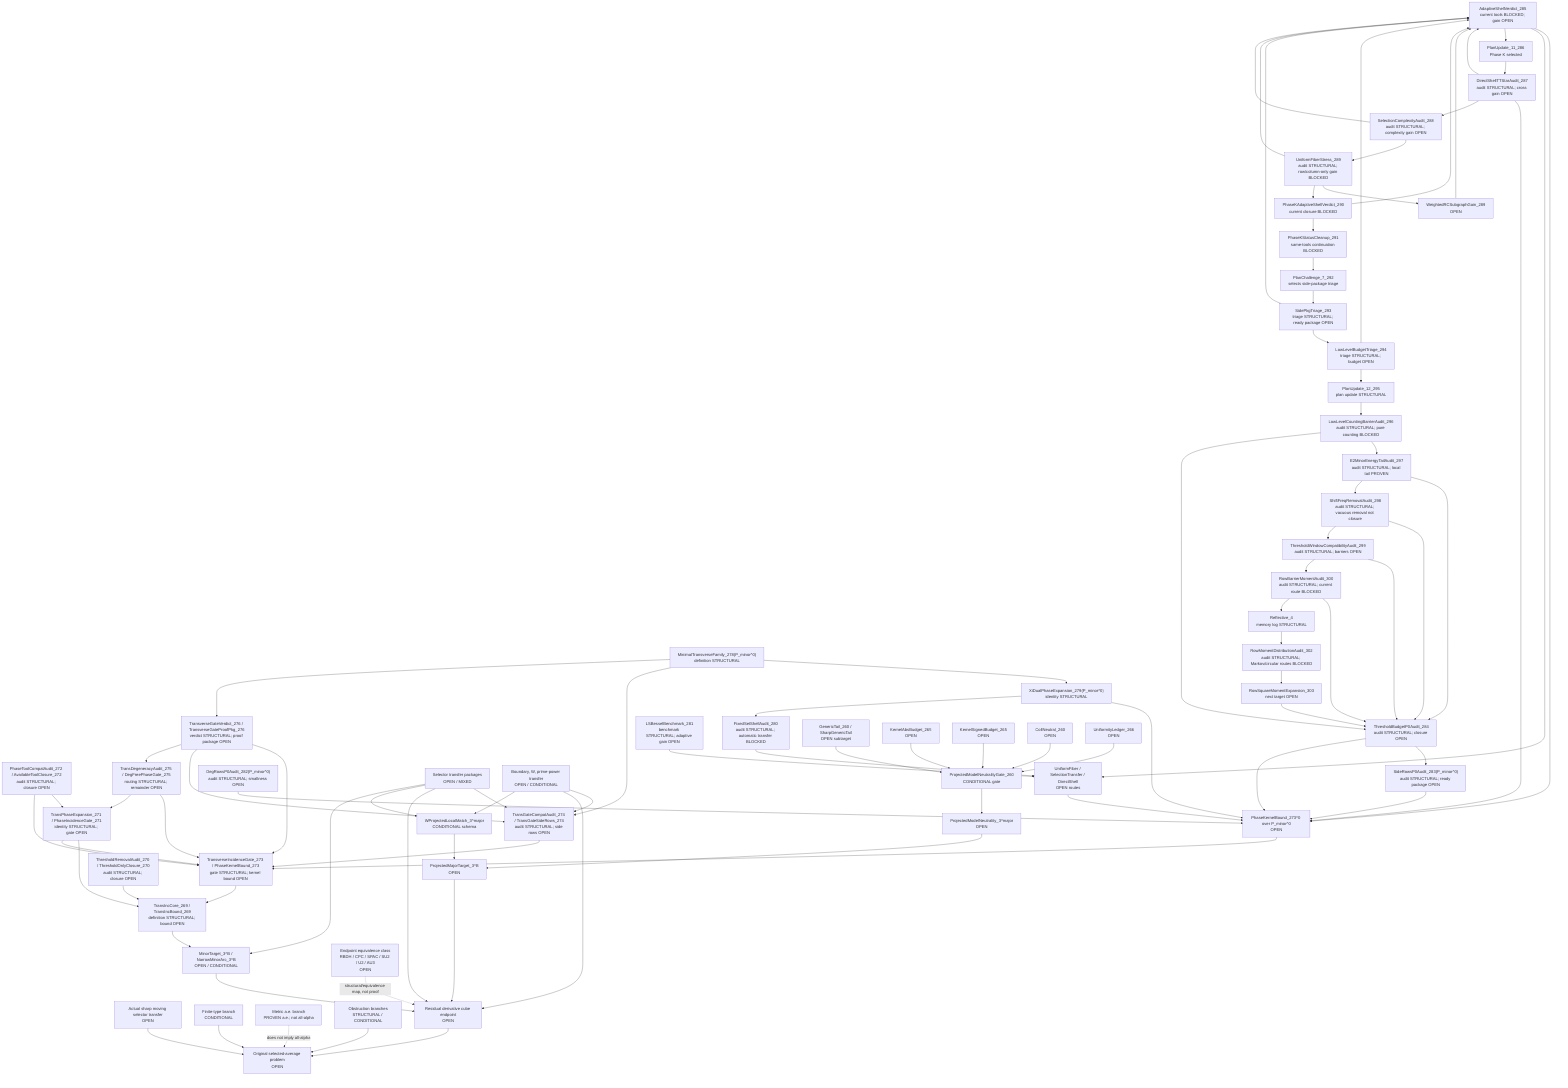
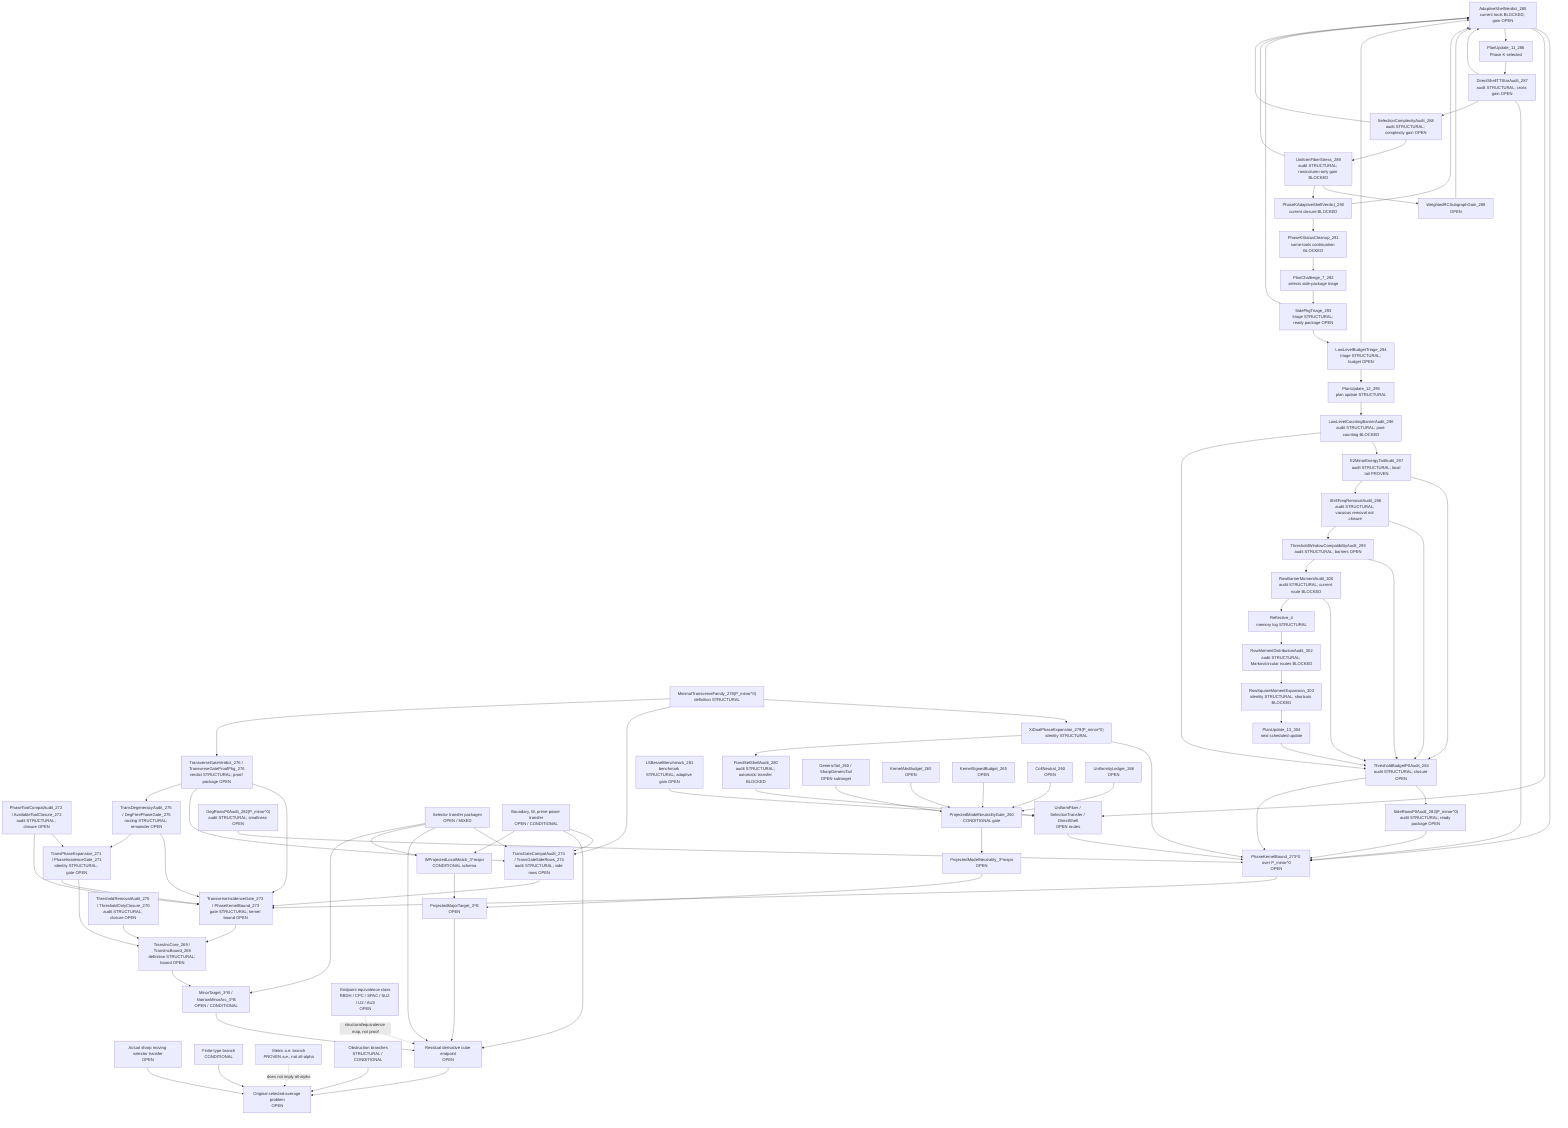
flowchart TD
  Original["Original selected-average problem<br/>OPEN"]
  SharpSel["Actual sharp moving selector transfer<br/>OPEN"]
  FiniteType["Finite-type branch<br/>CONDITIONAL"]
  Metric["Metric a.e. branch<br/>PROVEN a.e.; not all-alpha"]
  Obstruction["Obstruction branches<br/>STRUCTURAL / CONDITIONAL"]

  ResCube["Residual derivative cube endpoint<br/>OPEN"]
  MajorTarget["ProjectedMajorTarget_3^B<br/>OPEN"]
  MinorTarget["MinorTarget_3^B / NarrowMinorArc_3^B<br/>OPEN / CONDITIONAL"]
  TransInc["TransIncCore_269 / TransIncBound_269<br/>definition STRUCTURAL; bound OPEN"]
  ThresholdAudit["ThresholdRemovalAudit_270 / ThresholdOnlyClosure_270<br/>audit STRUCTURAL; closure OPEN"]
  PhaseExpansion["TransPhaseExpansion_271 / PhaseIncidenceGate_271<br/>identity STRUCTURAL; gate OPEN"]
  ToolCompat["PhaseToolCompatAudit_272 / AvailableToolClosure_272<br/>audit STRUCTURAL; closure OPEN"]
  TransGate["TransverseIncidenceGate_273 / PhaseKernelBound_273<br/>gate STRUCTURAL; kernel bound OPEN"]
  TransGateCompat["TransGateCompatAudit_274 / TransGateSideRows_274<br/>audit STRUCTURAL; side rows OPEN"]
  DegAudit["TransDegeneracyAudit_275 / DegFreePhaseGate_275<br/>routing STRUCTURAL; remainder OPEN"]
  TransVerdict["TransverseGateVerdict_276 / TransverseGateProofPkg_276<br/>verdict STRUCTURAL; proof package OPEN"]
  MinTransFamily["MinimalTransverseFamily_278(P_minor^0)<br/>definition STRUCTURAL"]
  XiExpansion["XiDualPhaseExpansion_279(P_minor^0)<br/>identity STRUCTURAL"]
  FixedShellAudit["FixedSetShellAudit_280<br/>audit STRUCTURAL; automatic transfer BLOCKED"]
  FixedShellTransfer["UniformFiber / SelectionTransfer / DirectShell<br/>OPEN routes"]
  LSBesselBench["LSBesselBenchmark_281<br/>benchmark STRUCTURAL; adaptive gain OPEN"]
  DegRowsP0["DegRowsP0Audit_282(P_minor^0)<br/>audit STRUCTURAL; smallness OPEN"]
  SideRowsP0["SideRowsP0Audit_283(P_minor^0)<br/>audit STRUCTURAL; ready package OPEN"]
  ThresholdP0["ThresholdBudgetP0Audit_284<br/>audit STRUCTURAL; closure OPEN"]
  AdaptiveShellP0["AdaptiveShellVerdict_285<br/>current tools BLOCKED; gain OPEN"]
  PlanUpdate11["PlanUpdate_11_286<br/>Phase K selected"]
  DirectTTStar["DirectShellTTStarAudit_287<br/>audit STRUCTURAL; cross gain OPEN"]
  SelectionComplexity["SelectionComplexityAudit_288<br/>audit STRUCTURAL; complexity gain OPEN"]
  UniformFiberStress["UniformFiberStress_289<br/>audit STRUCTURAL; row/column-only gain BLOCKED"]
  WeightedRCSubgraph["WeightedRCSubgraphGain_289<br/>OPEN"]
  AdaptiveVerdict290["PhaseKAdaptiveShellVerdict_290<br/>current closure BLOCKED"]
  PhaseKCleanup291["PhaseKStatusCleanup_291<br/>same-tools continuation BLOCKED"]
  PlanChallenge7["PlanChallenge_7_292<br/>selects side-package triage"]
  SidePkgTriage293["SidePkgTriage_293<br/>triage STRUCTURAL; ready package OPEN"]
  LowLevelTriage294["LowLevelBudgetTriage_294<br/>triage STRUCTURAL; budget OPEN"]
  PlanUpdate12["PlanUpdate_12_295<br/>plan update STRUCTURAL"]
  LowLevelBarrier296["LowLevelCountingBarrierAudit_296<br/>audit STRUCTURAL; pure counting BLOCKED"]
  E2Tail297["E2MinorEnergyTailAudit_297<br/>audit STRUCTURAL; local tail PROVEN"]
  ShiftFreq298["ShiftFreqRemovalAudit_298<br/>audit STRUCTURAL; vacuous removal not closure"]
  ThresholdWindow299["ThresholdWindowCompatibilityAudit_299<br/>audit STRUCTURAL; barriers OPEN"]
  RowBarrier300["RowBarrierMomentAudit_300<br/>audit STRUCTURAL; current route BLOCKED"]
  Reflective4["Reflective_4<br/>memory log STRUCTURAL"]
  RowMoment302["RowMomentDistributionAudit_302<br/>audit STRUCTURAL; Markov/circular routes BLOCKED"]
-   RowSquare303["RowSquareMomentExpansion_303<br/>next target OPEN"]
+   RowSquare303["RowSquareMomentExpansion_303<br/>identity STRUCTURAL; shortcuts BLOCKED"]
+   PlanUpdate13["PlanUpdate_13_304<br/>next scheduled update"]
  PhaseKernel0["PhaseKernelBound_273^0 over P_minor^0<br/>OPEN"]
  SelectorTransfer["Selector transfer packages<br/>OPEN / MIXED"]
  BoundaryTransfer["Boundary, W, prime-power transfer<br/>OPEN / CONDITIONAL"]

  WLocal["WProjectedLocalMatch_3^major<br/>CONDITIONAL schema"]
  ModelNeutral["ProjectedModelNeutrality_3^major<br/>OPEN"]
  PMNGate["ProjectedModelNeutralityGate_260<br/>CONDITIONAL gate"]
  GenericTail["GenericTail_260 / SharpGenericTail<br/>OPEN subtarget"]
  KernelAbs["KernelAbsBudget_265<br/>OPEN"]
  KernelSigned["KernelSignedBudget_265<br/>OPEN"]
  CollNeutral["CollNeutral_260<br/>OPEN"]
  Uniformity["UniformityLedger_266<br/>OPEN"]

  EndpointClass["Endpoint equivalence class<br/>RBDH / CPC / SPAC / SU2 / U2 / AU3<br/>OPEN"]

  SharpSel --> Original
  FiniteType --> Original
  Obstruction --> Original
  ResCube --> Original
  Metric -. "does not imply all-alpha" .-> Original

  MajorTarget --> ResCube
  MinorTarget --> ResCube
  TransInc --> MinorTarget
  ThresholdAudit --> TransInc
  PhaseExpansion --> TransInc
  ToolCompat --> PhaseExpansion
  TransGate --> TransInc
  PhaseExpansion --> TransGate
  ToolCompat --> TransGate
  TransGateCompat --> TransGate
  SelectorTransfer --> TransGateCompat
  BoundaryTransfer --> TransGateCompat
  DegAudit --> TransGate
  DegAudit --> PhaseExpansion
  TransVerdict --> TransGate
  TransVerdict --> TransGateCompat
  TransVerdict --> DegAudit
  PhaseKernel0 --> TransGate
  MinTransFamily --> XiExpansion
  XiExpansion --> PhaseKernel0
  XiExpansion --> FixedShellAudit
  FixedShellAudit --> FixedShellTransfer
  FixedShellTransfer --> PhaseKernel0
  LSBesselBench --> FixedShellTransfer
  DegRowsP0 --> PhaseKernel0
  SideRowsP0 --> PhaseKernel0
  ThresholdP0 --> SideRowsP0
  ThresholdP0 --> PhaseKernel0
  AdaptiveShellP0 --> PhaseKernel0
  AdaptiveShellP0 --> FixedShellTransfer
  AdaptiveShellP0 --> PlanUpdate11
  PlanUpdate11 --> DirectTTStar
  DirectTTStar --> AdaptiveShellP0
  DirectTTStar --> PhaseKernel0
  DirectTTStar --> SelectionComplexity
  SelectionComplexity --> UniformFiberStress
  SelectionComplexity --> AdaptiveShellP0
  UniformFiberStress --> WeightedRCSubgraph
  WeightedRCSubgraph --> AdaptiveShellP0
  UniformFiberStress --> AdaptiveVerdict290
  UniformFiberStress --> AdaptiveShellP0
  AdaptiveVerdict290 --> AdaptiveShellP0
  AdaptiveVerdict290 --> PhaseKCleanup291
  PhaseKCleanup291 --> PlanChallenge7
  PlanChallenge7 --> SidePkgTriage293
  SidePkgTriage293 --> LowLevelTriage294
  SidePkgTriage293 --> AdaptiveShellP0
  LowLevelTriage294 --> AdaptiveShellP0
  LowLevelTriage294 --> PlanUpdate12
  PlanUpdate12 --> LowLevelBarrier296
  LowLevelBarrier296 --> E2Tail297
  LowLevelBarrier296 --> ThresholdP0
  E2Tail297 --> ThresholdP0
  E2Tail297 --> ShiftFreq298
  ShiftFreq298 --> ThresholdP0
  ShiftFreq298 --> ThresholdWindow299
  ThresholdWindow299 --> ThresholdP0
  ThresholdWindow299 --> RowBarrier300
  RowBarrier300 --> ThresholdP0
  RowBarrier300 --> Reflective4
  Reflective4 --> RowMoment302
  RowMoment302 --> RowSquare303
-   RowSquare303 --> ThresholdP0
+   RowSquare303 --> PlanUpdate13
+   PlanUpdate13 --> ThresholdP0
  MinTransFamily --> TransGateCompat
  MinTransFamily --> TransVerdict
  SelectorTransfer --> ResCube
  BoundaryTransfer --> ResCube
  EndpointClass -. "structural/equivalence map, not proof" .-> ResCube

  WLocal --> MajorTarget
  ModelNeutral --> MajorTarget

  PMNGate --> ModelNeutral
  GenericTail --> PMNGate
  KernelAbs --> PMNGate
  KernelSigned --> PMNGate
  CollNeutral --> PMNGate
  Uniformity --> PMNGate

  BoundaryTransfer --> WLocal
  SelectorTransfer --> WLocal
  SelectorTransfer --> MinorTarget
